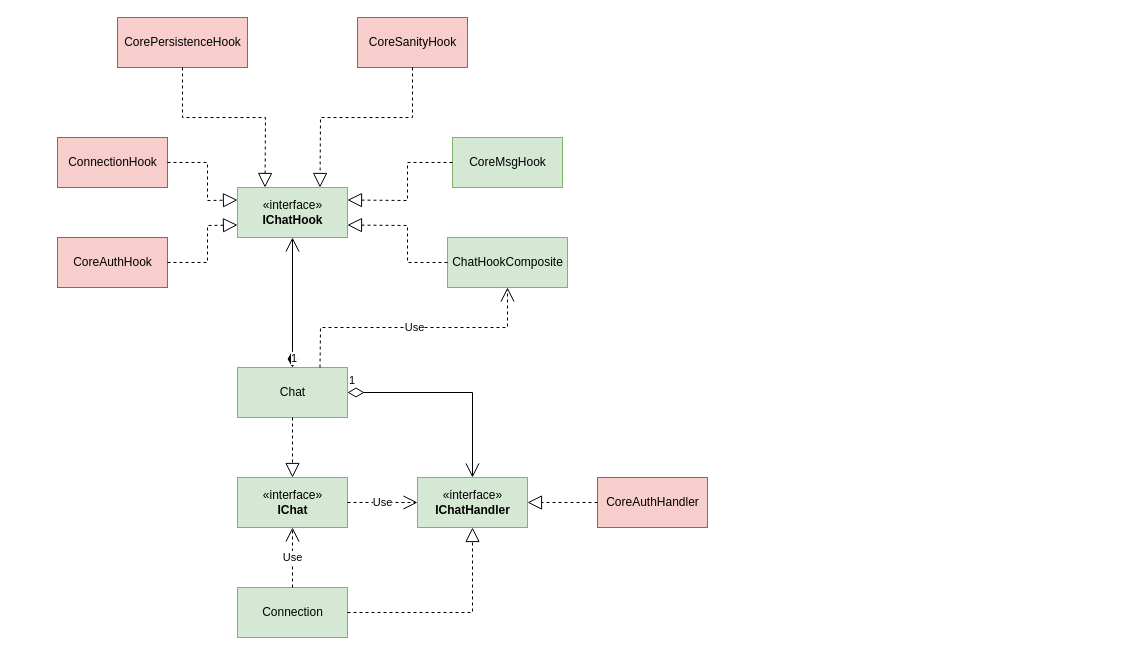
Before: doc/class-diagram.drawio in DvEyZ/lanchat2-server, a draw.io diagram. Source tidied: cells renumbered, new cells numbered last; positions are measured from the earlier drawing's top-left corner, leaving out a move shared by most shapes. Both pictures are drawn from the tidied source at 100%, with x=0, y=0 at pixel (57, 17).
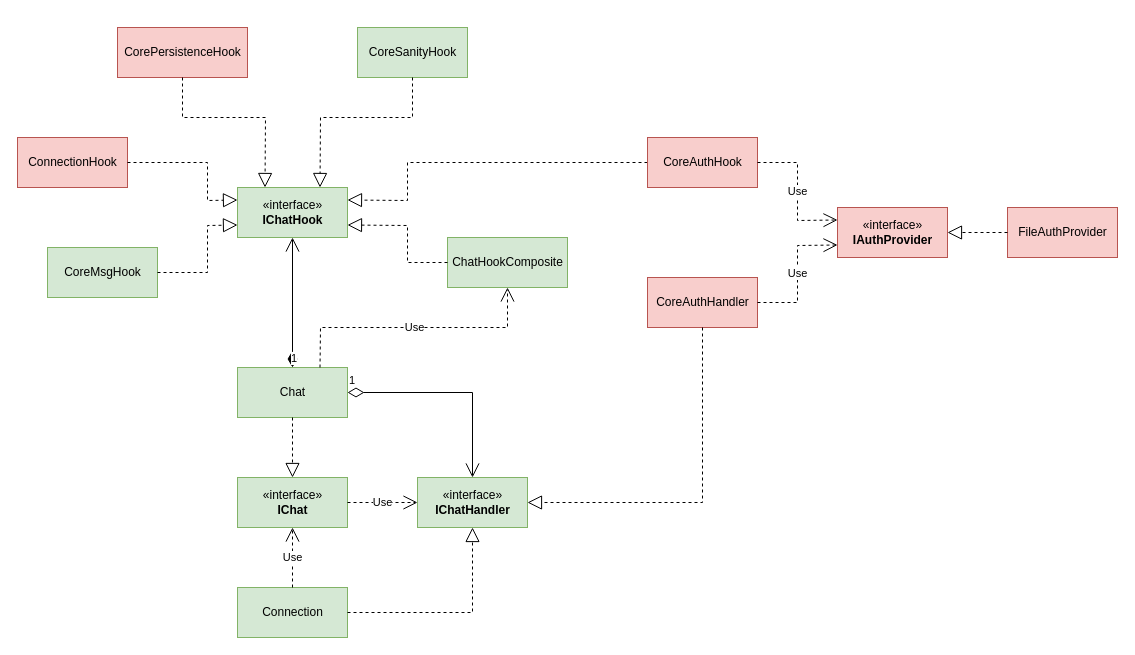
The same page after the edit.

The change refers to these unchanged cells:
```xml
<mxCell id="7" value="«interface»&lt;br&gt;&lt;b&gt;IChatHandler&lt;/b&gt;" style="html=1;fillColor=#d5e8d4;strokeColor=#82b366;" parent="1" vertex="1">
  <mxGeometry x="360" y="460" width="110" height="50" as="geometry" />
</mxCell>
<mxCell id="11" value="«interface»&lt;br&gt;&lt;b&gt;IChatHook&lt;/b&gt;" style="html=1;fillColor=#d5e8d4;strokeColor=#82b366;" parent="1" vertex="1">
  <mxGeometry x="180" y="170" width="110" height="50" as="geometry" />
</mxCell>
```

Change to the diagram source:
```diff
@@
     <mxCell id="13" value="CorePersistenceHook" style="html=1;fillColor=#f8cecc;strokeColor=#b85450;" parent="1" vertex="1">
-      <mxGeometry x="60" width="130" height="50" as="geometry" />
+      <mxGeometry x="60" y="10" width="130" height="50" as="geometry" />
     </mxCell>
@@
     <mxCell id="15" value="ConnectionHook" style="html=1;fillColor=#f8cecc;strokeColor=#b85450;" parent="1" vertex="1">
-      <mxGeometry y="120" width="110" height="50" as="geometry" />
+      <mxGeometry x="-40" y="120" width="110" height="50" as="geometry" />
     </mxCell>
@@
     <mxCell id="17" value="CoreAuthHandler" style="html=1;fillColor=#f8cecc;strokeColor=#b85450;" parent="1" vertex="1">
-      <mxGeometry x="540" y="460" width="110" height="50" as="geometry" />
+      <mxGeometry x="590" y="260" width="110" height="50" as="geometry" />
     </mxCell>
-    <mxCell id="18" style="endArrow=block;dashed=1;endFill=0;endSize=12;html=1;rounded=0;exitX=0;exitY=0.5;exitDx=0;exitDy=0;entryX=1;entryY=0.5;entryDx=0;entryDy=0;" parent="1" edge="1" source="17" target="7">
-      <mxGeometry relative="1" as="geometry" />
+    <mxCell id="18" style="endArrow=block;dashed=1;endFill=0;endSize=12;html=1;rounded=0;entryX=1;entryY=0.5;entryDx=0;entryDy=0;exitX=0.5;exitY=1;exitDx=0;exitDy=0;" parent="1" edge="1" source="17" target="7">
+      <mxGeometry relative="1" as="geometry">
+        <Array as="points">
+          <mxPoint x="645" y="485" />
+        </Array>
+      </mxGeometry>
     </mxCell>
     <mxCell id="19" value="CoreMsgHook" style="html=1;fillColor=#d5e8d4;strokeColor=#82b366;" parent="1" vertex="1">
-      <mxGeometry x="395" y="120" width="110" height="50" as="geometry" />
+      <mxGeometry x="-10" y="230" width="110" height="50" as="geometry" />
     </mxCell>
-    <mxCell id="20" style="endArrow=block;dashed=1;endFill=0;endSize=12;html=1;rounded=0;entryX=1;entryY=0.25;entryDx=0;entryDy=0;exitX=0;exitY=0.5;exitDx=0;exitDy=0;" parent="1" edge="1" source="19" target="11">
+    <mxCell id="20" style="endArrow=block;dashed=1;endFill=0;endSize=12;html=1;rounded=0;entryX=1;entryY=0.25;entryDx=0;entryDy=0;exitX=0;exitY=0.5;exitDx=0;exitDy=0;" parent="1" edge="1" source="21" target="11">
       <mxGeometry relative="1" as="geometry">
         <Array as="points">
           <mxPoint x="350" y="145" />
           <mxPoint x="350" y="183" />
         </Array>
       </mxGeometry>
     </mxCell>
     <mxCell id="21" value="CoreAuthHook" style="html=1;fillColor=#f8cecc;strokeColor=#b85450;" parent="1" vertex="1">
-      <mxGeometry y="220" width="110" height="50" as="geometry" />
+      <mxGeometry x="590" y="120" width="110" height="50" as="geometry" />
     </mxCell>
-    <mxCell id="22" style="endArrow=block;dashed=1;endFill=0;endSize=12;html=1;rounded=0;exitX=1;exitY=0.5;exitDx=0;exitDy=0;entryX=0;entryY=0.75;entryDx=0;entryDy=0;" parent="1" edge="1" source="21" target="11">
+    <mxCell id="22" style="endArrow=block;dashed=1;endFill=0;endSize=12;html=1;rounded=0;entryX=0;entryY=0.75;entryDx=0;entryDy=0;exitX=1;exitY=0.5;exitDx=0;exitDy=0;" parent="1" edge="1" source="19" target="11">
       <mxGeometry relative="1" as="geometry">
         <Array as="points">
-          <mxPoint x="150" y="245" />
+          <mxPoint x="150" y="255" />
           <mxPoint x="150" y="208" />
         </Array>
       </mxGeometry>
     </mxCell>
@@
-    <mxCell id="26" value="CoreSanityHook" style="html=1;fillColor=#f8cecc;strokeColor=#b85450;" parent="1" vertex="1">
-      <mxGeometry x="300" width="110" height="50" as="geometry" />
+    <mxCell id="26" value="CoreSanityHook" style="html=1;fillColor=#d5e8d4;strokeColor=#82b366;" parent="1" vertex="1">
+      <mxGeometry x="300" y="10" width="110" height="50" as="geometry" />
     </mxCell>
@@
+    <mxCell id="28" value="«interface»&lt;br&gt;&lt;b&gt;IAuthProvider&lt;/b&gt;" style="html=1;fillColor=#f8cecc;strokeColor=#b85450;" parent="1" vertex="1">
+      <mxGeometry x="780" y="190" width="110" height="50" as="geometry" />
+    </mxCell>
+    <mxCell id="29" value="Use" style="endArrow=open;endSize=12;dashed=1;html=1;rounded=0;exitX=1;exitY=0.5;exitDx=0;exitDy=0;entryX=0;entryY=0.25;entryDx=0;entryDy=0;" parent="1" edge="1" source="21" target="28">
+      <mxGeometry relative="1" as="geometry">
+        <Array as="points">
+          <mxPoint x="740" y="145" />
+          <mxPoint x="740" y="203" />
+        </Array>
+      </mxGeometry>
+    </mxCell>
+    <mxCell id="30" value="FileAuthProvider" style="html=1;fillColor=#f8cecc;strokeColor=#b85450;" parent="1" vertex="1">
+      <mxGeometry x="950" y="190" width="110" height="50" as="geometry" />
+    </mxCell>
+    <mxCell id="31" style="endArrow=block;dashed=1;endFill=0;endSize=12;html=1;rounded=0;exitX=0;exitY=0.5;exitDx=0;exitDy=0;entryX=1;entryY=0.5;entryDx=0;entryDy=0;" parent="1" edge="1" source="30" target="28">
+      <mxGeometry relative="1" as="geometry" />
+    </mxCell>
+    <mxCell id="32" value="Use" style="endArrow=open;endSize=12;dashed=1;html=1;rounded=0;exitX=1;exitY=0.5;exitDx=0;exitDy=0;entryX=0;entryY=0.75;entryDx=0;entryDy=0;" parent="1" edge="1" source="17" target="28">
+      <mxGeometry relative="1" as="geometry">
+        <Array as="points">
+          <mxPoint x="740" y="285" />
+          <mxPoint x="740" y="228" />
+        </Array>
+      </mxGeometry>
+    </mxCell>
+    <mxCell id="33" style="edgeStyle=orthogonalEdgeStyle;rounded=0;orthogonalLoop=1;jettySize=auto;html=1;exitX=0.5;exitY=1;exitDx=0;exitDy=0;" parent="1" edge="1" source="26" target="26">
+      <mxGeometry relative="1" as="geometry" />
+    </mxCell>
```
